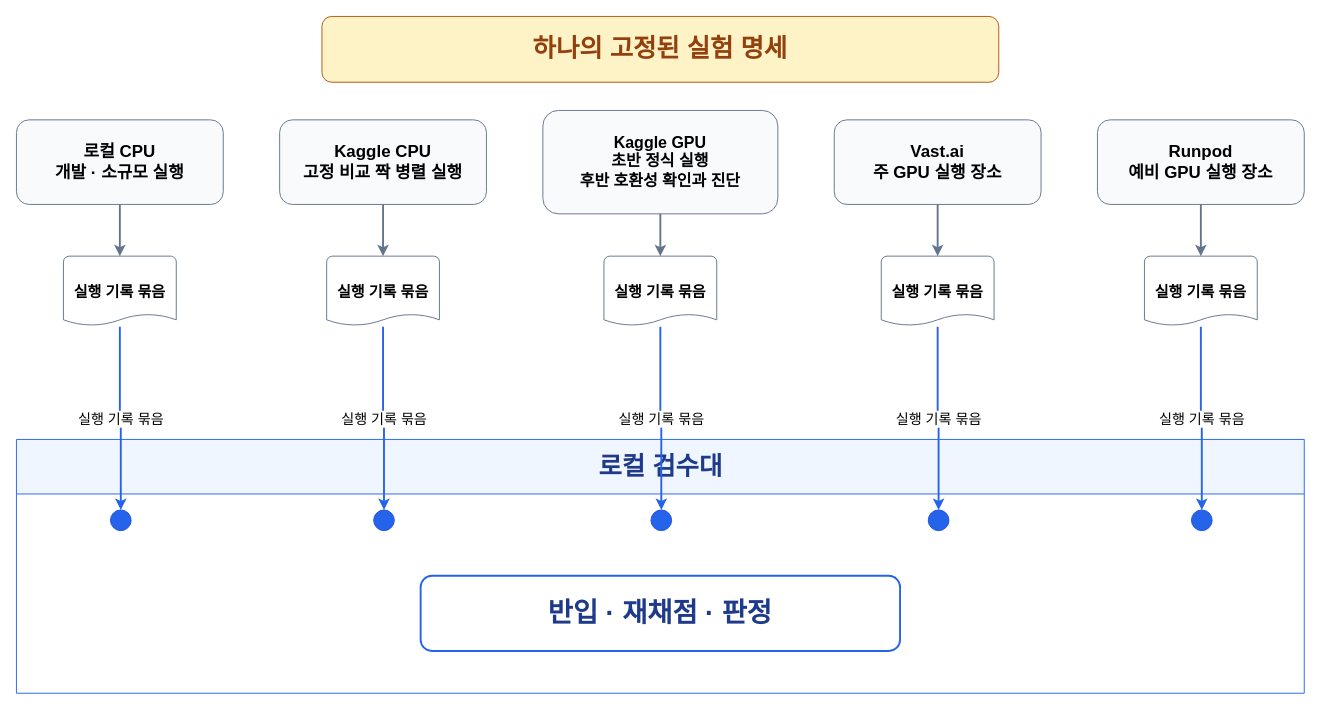
Earlier version of the draw.io diagram docs/presentation/assets/retrospective-execution-system.drawio (tmheo/predicting-smartphone-addiction). Source tidied: cells renumbered, new cells numbered last; positions are measured from the earlier drawing's top-left corner, leaving out a move shared by most shapes. Both pictures are drawn from the tidied source at 94%, with x=0, y=0 at pixel (16, 16).
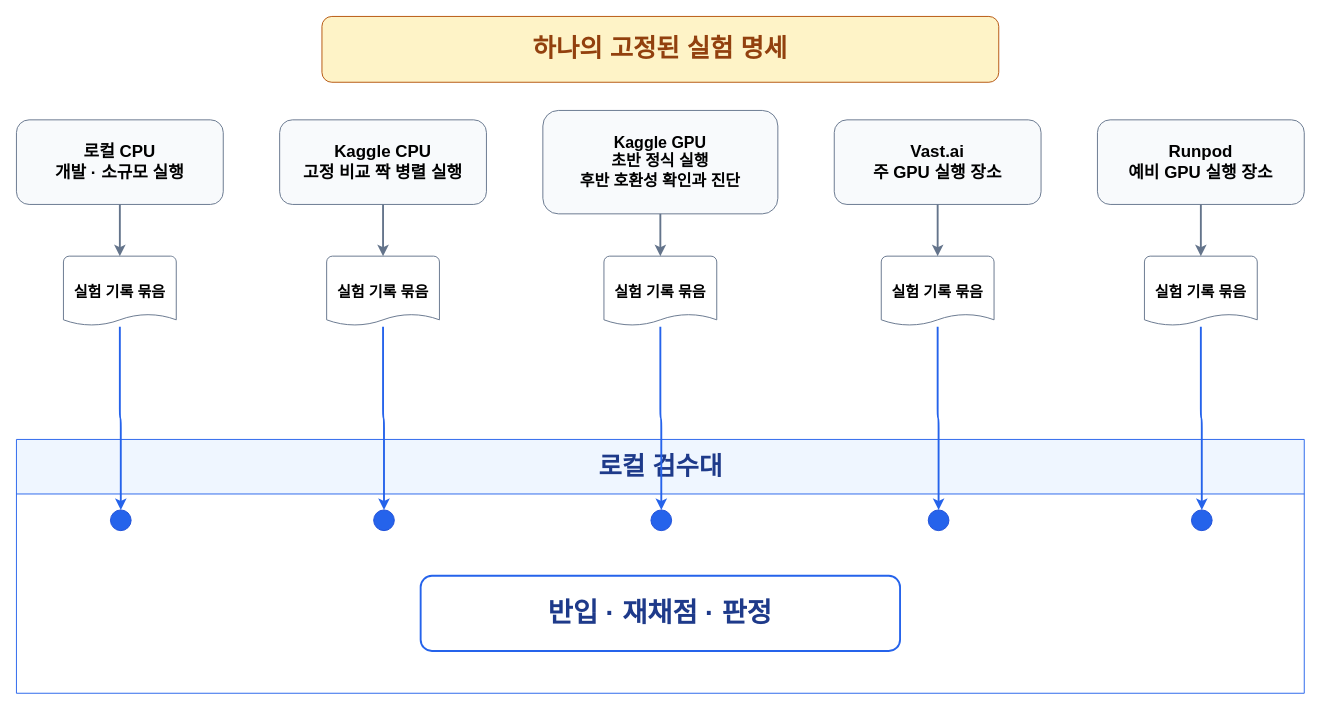
The same diagram, later.

The change refers to these unchanged cells:
```xml
<mxCell id="14" style="ellipse;whiteSpace=wrap;html=1;fillColor=#2563eb;strokeColor=#1d4ed8;" parent="13" vertex="1">
  <mxGeometry x="100" y="75" width="22" height="22" as="geometry" />
</mxCell>
<mxCell id="15" style="ellipse;whiteSpace=wrap;html=1;fillColor=#2563eb;strokeColor=#1d4ed8;" parent="13" vertex="1">
  <mxGeometry x="380" y="75" width="22" height="22" as="geometry" />
</mxCell>
<mxCell id="16" style="ellipse;whiteSpace=wrap;html=1;fillColor=#2563eb;strokeColor=#1d4ed8;" parent="13" vertex="1">
  <mxGeometry x="675" y="75" width="22" height="22" as="geometry" />
</mxCell>
<mxCell id="17" style="ellipse;whiteSpace=wrap;html=1;fillColor=#2563eb;strokeColor=#1d4ed8;" parent="13" vertex="1">
  <mxGeometry x="970" y="75" width="22" height="22" as="geometry" />
</mxCell>
<mxCell id="18" style="ellipse;whiteSpace=wrap;html=1;fillColor=#2563eb;strokeColor=#1d4ed8;" parent="13" vertex="1">
  <mxGeometry x="1250" y="75" width="22" height="22" as="geometry" />
</mxCell>
```

The edit, as a diff of the source:
```diff
@@
-    <mxCell id="8" value="실행 기록 묶음" style="shape=mxgraph.flowchart.document;whiteSpace=wrap;html=1;fillColor=#ffffff;strokeColor=#64748b;fontStyle=1;fontSize=16;" parent="1" vertex="1">
+    <mxCell id="8" value="실험 기록 묶음" style="shape=mxgraph.flowchart.document;whiteSpace=wrap;html=1;fillColor=#ffffff;strokeColor=#64748b;fontStyle=1;fontSize=16;" parent="1" vertex="1">
       <mxGeometry x="50" y="255" width="120" height="75" as="geometry" />
     </mxCell>
-    <mxCell id="9" value="실행 기록 묶음" style="shape=mxgraph.flowchart.document;whiteSpace=wrap;html=1;fillColor=#ffffff;strokeColor=#64748b;fontStyle=1;fontSize=16;" parent="1" vertex="1">
+    <mxCell id="9" value="실험 기록 묶음" style="shape=mxgraph.flowchart.document;whiteSpace=wrap;html=1;fillColor=#ffffff;strokeColor=#64748b;fontStyle=1;fontSize=16;" parent="1" vertex="1">
       <mxGeometry x="330" y="255" width="120" height="75" as="geometry" />
     </mxCell>
-    <mxCell id="10" value="실행 기록 묶음" style="shape=mxgraph.flowchart.document;whiteSpace=wrap;html=1;fillColor=#ffffff;strokeColor=#64748b;fontStyle=1;fontSize=16;" parent="1" vertex="1">
+    <mxCell id="10" value="실험 기록 묶음" style="shape=mxgraph.flowchart.document;whiteSpace=wrap;html=1;fillColor=#ffffff;strokeColor=#64748b;fontStyle=1;fontSize=16;" parent="1" vertex="1">
       <mxGeometry x="625" y="255" width="120" height="75" as="geometry" />
     </mxCell>
-    <mxCell id="11" value="실행 기록 묶음" style="shape=mxgraph.flowchart.document;whiteSpace=wrap;html=1;fillColor=#ffffff;strokeColor=#64748b;fontStyle=1;fontSize=16;" parent="1" vertex="1">
+    <mxCell id="11" value="실험 기록 묶음" style="shape=mxgraph.flowchart.document;whiteSpace=wrap;html=1;fillColor=#ffffff;strokeColor=#64748b;fontStyle=1;fontSize=16;" parent="1" vertex="1">
       <mxGeometry x="920" y="255" width="120" height="75" as="geometry" />
     </mxCell>
-    <mxCell id="12" value="실행 기록 묶음" style="shape=mxgraph.flowchart.document;whiteSpace=wrap;html=1;fillColor=#ffffff;strokeColor=#64748b;fontStyle=1;fontSize=16;" parent="1" vertex="1">
+    <mxCell id="12" value="실험 기록 묶음" style="shape=mxgraph.flowchart.document;whiteSpace=wrap;html=1;fillColor=#ffffff;strokeColor=#64748b;fontStyle=1;fontSize=16;" parent="1" vertex="1">
       <mxGeometry x="1200" y="255" width="120" height="75" as="geometry" />
     </mxCell>
@@
-    <mxCell id="25" value="실행 기록 묶음" style="edgeStyle=orthogonalEdgeStyle;rounded=1;html=1;endArrow=classic;strokeColor=#2563eb;strokeWidth=2;fontSize=15;" parent="1" edge="1" source="8" target="14">
+    <mxCell id="25" style="edgeStyle=orthogonalEdgeStyle;rounded=1;html=1;endArrow=classic;strokeColor=#2563eb;strokeWidth=2;fontSize=15;" parent="1" edge="1" source="8" target="14">
       <mxGeometry relative="1" as="geometry" />
     </mxCell>
-    <mxCell id="26" value="실행 기록 묶음" style="edgeStyle=orthogonalEdgeStyle;rounded=1;html=1;endArrow=classic;strokeColor=#2563eb;strokeWidth=2;fontSize=15;" parent="1" edge="1" source="9" target="15">
+    <mxCell id="26" style="edgeStyle=orthogonalEdgeStyle;rounded=1;html=1;endArrow=classic;strokeColor=#2563eb;strokeWidth=2;fontSize=15;" parent="1" edge="1" source="9" target="15">
       <mxGeometry relative="1" as="geometry" />
     </mxCell>
-    <mxCell id="27" value="실행 기록 묶음" style="edgeStyle=orthogonalEdgeStyle;rounded=1;html=1;endArrow=classic;strokeColor=#2563eb;strokeWidth=2;fontSize=15;" parent="1" edge="1" source="10" target="16">
+    <mxCell id="27" style="edgeStyle=orthogonalEdgeStyle;rounded=1;html=1;endArrow=classic;strokeColor=#2563eb;strokeWidth=2;fontSize=15;" parent="1" edge="1" source="10" target="16">
       <mxGeometry relative="1" as="geometry" />
     </mxCell>
-    <mxCell id="28" value="실행 기록 묶음" style="edgeStyle=orthogonalEdgeStyle;rounded=1;html=1;endArrow=classic;strokeColor=#2563eb;strokeWidth=2;fontSize=15;" parent="1" edge="1" source="11" target="17">
+    <mxCell id="28" style="edgeStyle=orthogonalEdgeStyle;rounded=1;html=1;endArrow=classic;strokeColor=#2563eb;strokeWidth=2;fontSize=15;" parent="1" edge="1" source="11" target="17">
       <mxGeometry relative="1" as="geometry" />
     </mxCell>
-    <mxCell id="29" value="실행 기록 묶음" style="edgeStyle=orthogonalEdgeStyle;rounded=1;html=1;endArrow=classic;strokeColor=#2563eb;strokeWidth=2;fontSize=15;" parent="1" edge="1" source="12" target="18">
+    <mxCell id="29" style="edgeStyle=orthogonalEdgeStyle;rounded=1;html=1;endArrow=classic;strokeColor=#2563eb;strokeWidth=2;fontSize=15;" parent="1" edge="1" source="12" target="18">
       <mxGeometry relative="1" as="geometry" />
     </mxCell>
```
